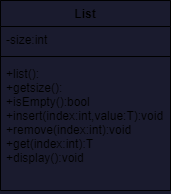
NGIYEG/-DATA-STRUCTURES-AND-ALGORITHMS-SCT211-0427-2023 keeps this draw.io diagram as LAB1/TASK FOUR/list.png. Above is the earlier version. Source tidied: cells renumbered, new cells last; positions are measured from the earlier drawing's top-left corner, leaving out a move shared by most shapes. Source of this version:
```xml
<mxGraphModel background="#1A1B2E">
  <root>
    <mxCell id="0" />
    <mxCell id="1" parent="0" />
    <mxCell id="2" value="List" style="swimlane;fontStyle=1;align=center;verticalAlign=top;horizontal=1;startSize=26;fillColor=none;" parent="1" vertex="1">
      <mxGeometry width="170" height="190" as="geometry" />
    </mxCell>
    <mxCell id="3" value="-size:int" style="text;strokeColor=none;fillColor=none;align=left;verticalAlign=top;spacingLeft=4;spacingRight=4;overflow=hidden;" parent="2" vertex="1">
      <mxGeometry y="26" width="170" height="26" as="geometry" />
    </mxCell>
    <mxCell id="4" style="line;strokeWidth=1;fillColor=none;align=left;verticalAlign=middle;spacingTop=-1;spacingLeft=3;spacingRight=3;labelPosition=right;strokeColor=inherit;" parent="2" vertex="1">
      <mxGeometry y="52" width="170" height="8" as="geometry" />
    </mxCell>
    <mxCell id="5" value="+list():&#10;+getsize():&#10;+isEmpty():bool&#10;+insert(index:int,value:T):void&#10;+remove(index:int):void&#10;+get(index:int):T&#10;+display():void" style="text;strokeColor=none;fillColor=none;align=left;verticalAlign=top;spacingLeft=4;spacingRight=4;overflow=hidden;" parent="2" vertex="1">
      <mxGeometry y="60" width="170" height="130" as="geometry" />
    </mxCell>
  </root>
</mxGraphModel>
```
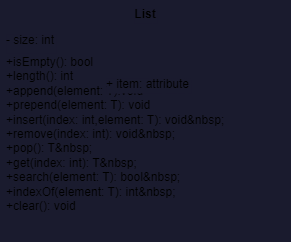
The same diagram one commit later.

The edit, as a diff of the source:
```diff
@@ -2,17 +2,17 @@
   <root>
     <mxCell id="0" />
     <mxCell id="1" parent="0" />
-    <mxCell id="2" value="List" style="swimlane;fontStyle=1;align=center;verticalAlign=top;horizontal=1;startSize=26;fillColor=none;" parent="1" vertex="1">
-      <mxGeometry width="170" height="190" as="geometry" />
+    <mxCell id="2" value="List" style="swimlane;fontStyle=1;align=center;verticalAlign=top;horizontal=1;startSize=26;fillColor=none;strokeColor=none;labelBackgroundColor=#1A1B2E;" parent="1" vertex="1">
+      <mxGeometry width="290" height="238" as="geometry" />
     </mxCell>
-    <mxCell id="3" value="-size:int" style="text;strokeColor=none;fillColor=none;align=left;verticalAlign=top;spacingLeft=4;spacingRight=4;overflow=hidden;" parent="2" vertex="1">
-      <mxGeometry y="26" width="170" height="26" as="geometry" />
+    <mxCell id="3" value="- size: int&#10;&#10;" style="text;strokeColor=none;fillColor=none;align=left;verticalAlign=top;spacingLeft=4;spacingRight=4;overflow=hidden;labelBorderColor=none;fontColor=default;labelBackgroundColor=#1A1B2E;" parent="2" vertex="1">
+      <mxGeometry y="26" width="290" height="22" as="geometry" />
     </mxCell>
-    <mxCell id="4" style="line;strokeWidth=1;fillColor=none;align=left;verticalAlign=middle;spacingTop=-1;spacingLeft=3;spacingRight=3;labelPosition=right;strokeColor=inherit;" parent="2" vertex="1">
-      <mxGeometry y="52" width="170" height="8" as="geometry" />
-    </mxCell>
-    <mxCell id="5" value="+list():&#10;+getsize():&#10;+isEmpty():bool&#10;+insert(index:int,value:T):void&#10;+remove(index:int):void&#10;+get(index:int):T&#10;+display():void" style="text;strokeColor=none;fillColor=none;align=left;verticalAlign=top;spacingLeft=4;spacingRight=4;overflow=hidden;" parent="2" vertex="1">
-      <mxGeometry y="60" width="170" height="130" as="geometry" />
+    <mxCell id="5" value="+isEmpty(): bool&#10;+length(): int &#10;+append(element: T):void&#10;+prepend(element: T): void&#10;+insert(index: int,element: T): void&amp;nbsp;&#10;+remove(index: int): void&amp;nbsp;&#10;+pop(): T&amp;nbsp;&#10;+get(index: int): T&amp;nbsp;&#10;+search(element: T): bool&amp;nbsp;&#10;+indexOf(element: T): int&amp;nbsp;&#10;+clear(): void" style="text;strokeColor=none;fillColor=none;align=left;verticalAlign=top;spacingLeft=4;spacingRight=4;overflow=hidden;labelBackgroundColor=#1A1B2E;whiteSpace=wrap;" parent="2" vertex="1">
+      <mxGeometry y="48" width="290" height="190" as="geometry" />
     </mxCell>
+    <mxCell id="6" value="+ item: attribute" style="text;strokeColor=none;fillColor=none;align=left;verticalAlign=top;spacingLeft=4;spacingRight=4;overflow=hidden;labelBackgroundColor=#1A1B2E;labelBorderColor=none;fontColor=default;" parent="1" vertex="1">
+      <mxGeometry x="100" y="70" width="100" height="26" as="geometry" />
+    </mxCell>
   </root>
 </mxGraphModel>
```
